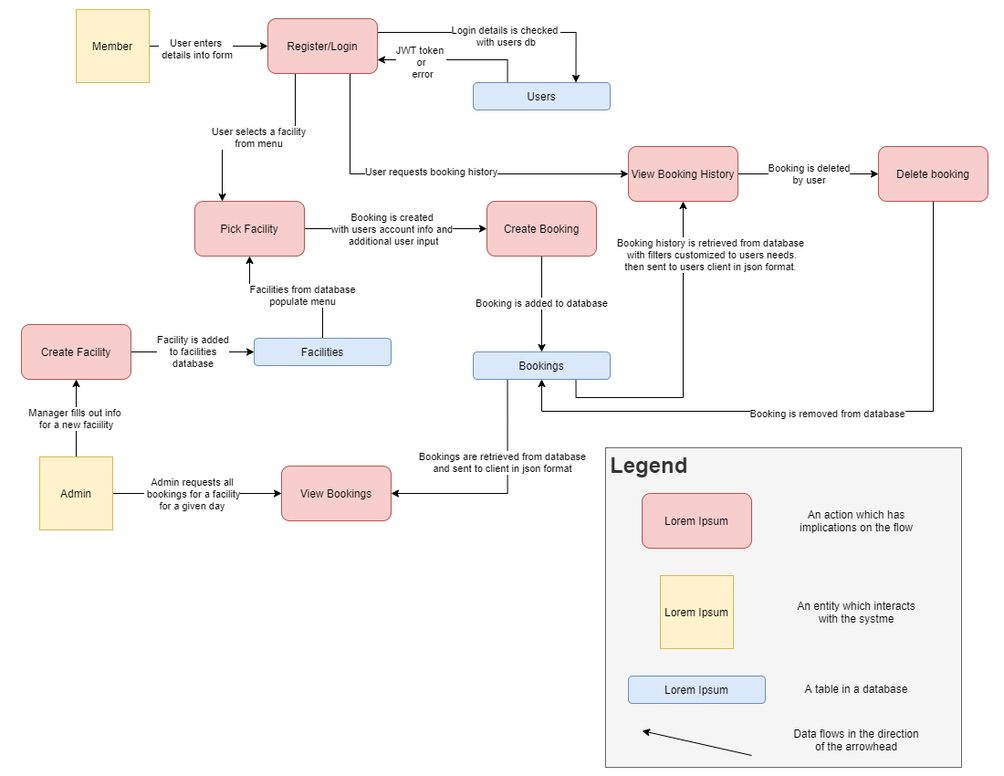
Earlier version of the draw.io export docs/dfd.png (mo-ccc/bookclub). Source tidied: cells renumbered, new cells last; positions are measured from the earlier drawing's top-left corner, leaving out a move shared by most shapes.
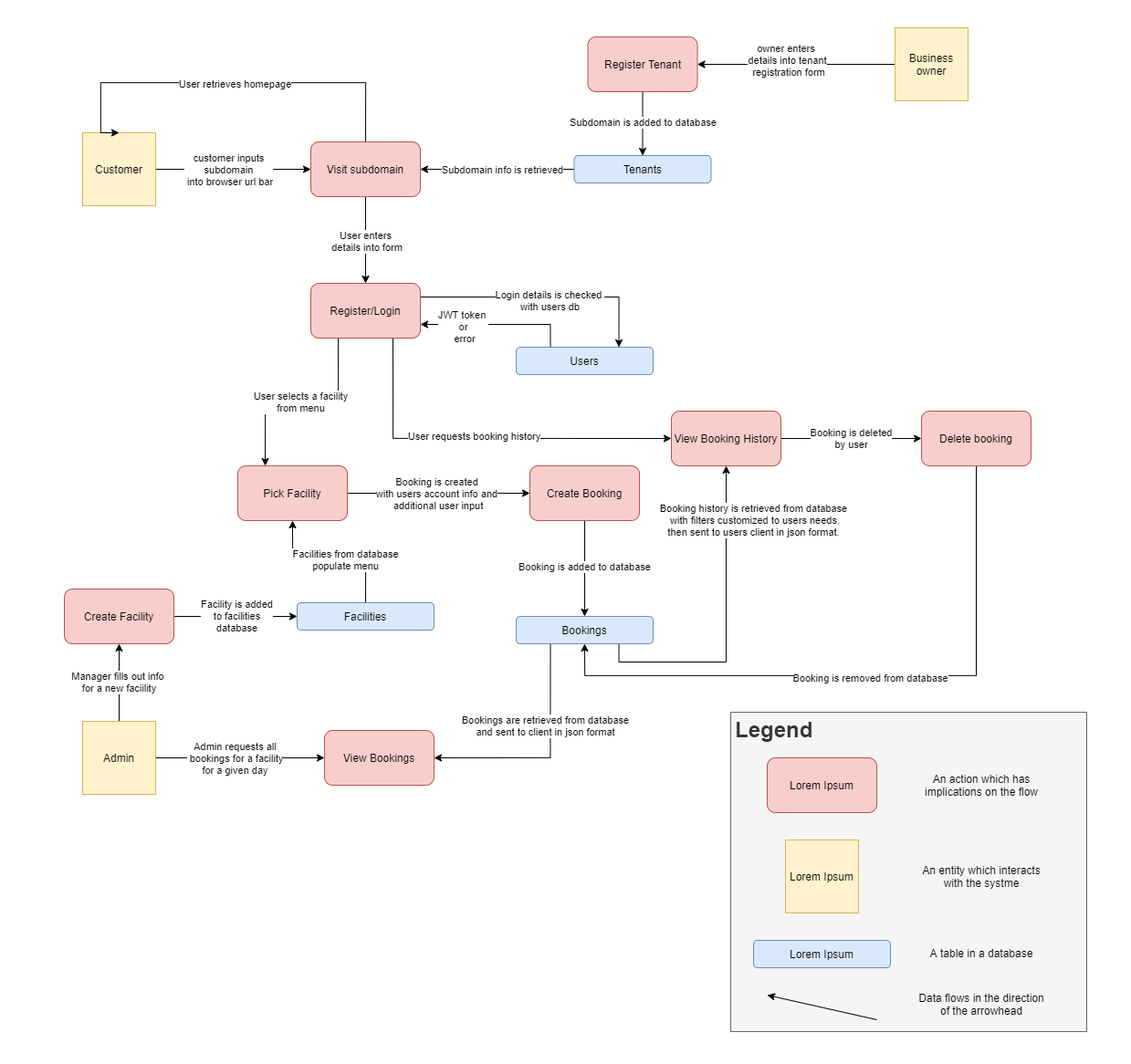
The same diagram one commit later.

Diff of the diagram source:
```diff
@@ -1,4 +1,4 @@
-<mxGraphModel>
+<mxGraphModel background="#ffffff">
   <root>
     <mxCell id="0" />
     <mxCell id="1" parent="0" />
@@ -51,14 +51,16 @@
     <mxCell id="16" value="Facilities" style="rounded=1;whiteSpace=wrap;html=1;fillColor=#dae8fc;strokeColor=#6c8ebf;" parent="1" vertex="1">
       <mxGeometry x="255" y="360" width="150" height="30" as="geometry" />
     </mxCell>
-    <mxCell id="17" style="edgeStyle=orthogonalEdgeStyle;rounded=0;jettySize=auto;html=1;exitX=1;exitY=0.5;exitDx=0;exitDy=0;entryX=0;entryY=0.5;entryDx=0;entryDy=0;" parent="1" edge="1" source="19" target="30">
-      <mxGeometry relative="1" as="geometry" />
-    </mxCell>
-    <mxCell id="18" value="User enters&lt;br&gt;&amp;nbsp;details into form" style="edgeLabel;html=1;align=center;verticalAlign=middle;" parent="17" vertex="1">
-      <mxGeometry x="-0.24" y="-2" relative="1" as="geometry" />
-    </mxCell>
+    <mxCell id="51" style="edgeStyle=orthogonalEdgeStyle;rounded=0;jettySize=auto;html=1;exitX=1;exitY=0.5;exitDx=0;exitDy=0;entryX=0;entryY=0.5;entryDx=0;entryDy=0;" parent="1" edge="1" source="19" target="63">
+      <mxGeometry relative="1" as="geometry" />
+    </mxCell>
+    <mxCell id="52" value="customer inputs&lt;br&gt;subdomain&lt;br&gt;&amp;nbsp;into browser url bar" style="edgeLabel;html=1;align=center;verticalAlign=middle;" parent="51" vertex="1">
+      <mxGeometry x="-0.24" y="-1" relative="1" as="geometry">
+        <mxPoint x="15.6" y="-1" as="offset" />
+      </mxGeometry>
+    </mxCell>
-    <mxCell id="19" value="Member" style="whiteSpace=wrap;html=1;fillColor=#fff2cc;strokeColor=#d6b656;" parent="1" vertex="1">
-      <mxGeometry x="60" width="80" height="80" as="geometry" />
+    <mxCell id="19" value="Customer" style="whiteSpace=wrap;html=1;fillColor=#fff2cc;strokeColor=#d6b656;" parent="1" vertex="1">
+      <mxGeometry x="20" y="-155" width="80" height="80" as="geometry" />
     </mxCell>
     <mxCell id="20" value="Manager fills out info &lt;br&gt;for a new faciility" style="edgeStyle=orthogonalEdgeStyle;rounded=0;jettySize=auto;html=1;exitX=0.5;exitY=0;exitDx=0;exitDy=0;entryX=0.5;entryY=1;entryDx=0;entryDy=0;" parent="1" edge="1" source="23" target="25">
       <mxGeometry relative="1" as="geometry" />
@@ -140,34 +142,81 @@
       <mxGeometry x="939" y="150" width="120" height="60" as="geometry" />
     </mxCell>
     <mxCell id="42" value="&lt;h1&gt;Legend&lt;/h1&gt;" style="text;html=1;strokeColor=#666666;fillColor=#f5f5f5;spacing=5;spacingTop=-20;whiteSpace=wrap;overflow=hidden;rounded=0;fontColor=#333333;" parent="1" vertex="1">
-      <mxGeometry x="640" y="480" width="390" height="350" as="geometry" />
+      <mxGeometry x="730" y="480" width="390" height="350" as="geometry" />
     </mxCell>
     <mxCell id="43" value="Lorem Ipsum" style="rounded=1;whiteSpace=wrap;html=1;fillColor=#f8cecc;strokeColor=#b85450;" parent="1" vertex="1">
-      <mxGeometry x="680" y="530" width="120" height="60" as="geometry" />
+      <mxGeometry x="770" y="530" width="120" height="60" as="geometry" />
     </mxCell>
     <mxCell id="44" value="An action which has implications on the flow" style="text;html=1;strokeColor=none;fillColor=none;align=center;verticalAlign=middle;whiteSpace=wrap;rounded=0;" parent="1" vertex="1">
-      <mxGeometry x="830" y="550" width="170" height="20" as="geometry" />
+      <mxGeometry x="920" y="550" width="170" height="20" as="geometry" />
     </mxCell>
     <mxCell id="45" value="Lorem Ipsum" style="whiteSpace=wrap;html=1;fillColor=#fff2cc;strokeColor=#d6b656;" parent="1" vertex="1">
-      <mxGeometry x="700" y="620" width="80" height="80" as="geometry" />
+      <mxGeometry x="790" y="620" width="80" height="80" as="geometry" />
     </mxCell>
     <mxCell id="46" value="An entity which interacts with the systme" style="text;html=1;strokeColor=none;fillColor=none;align=center;verticalAlign=middle;whiteSpace=wrap;rounded=0;" parent="1" vertex="1">
-      <mxGeometry x="845" y="650" width="140" height="20" as="geometry" />
+      <mxGeometry x="935" y="650" width="140" height="20" as="geometry" />
     </mxCell>
     <mxCell id="47" value="Lorem Ipsum" style="rounded=1;whiteSpace=wrap;html=1;fillColor=#dae8fc;strokeColor=#6c8ebf;" parent="1" vertex="1">
-      <mxGeometry x="665" y="730" width="150" height="30" as="geometry" />
+      <mxGeometry x="755" y="730" width="150" height="30" as="geometry" />
     </mxCell>
     <mxCell id="48" value="A table in a database" style="text;html=1;strokeColor=none;fillColor=none;align=center;verticalAlign=middle;whiteSpace=wrap;rounded=0;" parent="1" vertex="1">
-      <mxGeometry x="845" y="734" width="140" height="20" as="geometry" />
+      <mxGeometry x="935" y="734" width="140" height="20" as="geometry" />
     </mxCell>
     <mxCell id="49" style="endArrow=classic;html=1;" parent="1" edge="1">
       <mxGeometry relative="1" as="geometry">
-        <mxPoint x="800" y="817" as="sourcePoint" />
-        <mxPoint x="680" y="790" as="targetPoint" />
+        <mxPoint x="890" y="817" as="sourcePoint" />
+        <mxPoint x="770" y="790" as="targetPoint" />
       </mxGeometry>
     </mxCell>
     <mxCell id="50" value="Data flows in the direction of the arrowhead" style="text;html=1;strokeColor=none;fillColor=none;align=center;verticalAlign=middle;whiteSpace=wrap;rounded=0;" parent="1" vertex="1">
-      <mxGeometry x="845" y="790" width="140" height="20" as="geometry" />
+      <mxGeometry x="935" y="790" width="140" height="20" as="geometry" />
     </mxCell>
+    <mxCell id="53" style="edgeStyle=orthogonalEdgeStyle;rounded=0;jettySize=auto;html=1;exitX=0;exitY=0.5;exitDx=0;exitDy=0;entryX=1;entryY=0.5;entryDx=0;entryDy=0;" parent="1" edge="1" source="55" target="63">
+      <mxGeometry relative="1" as="geometry" />
+    </mxCell>
+    <mxCell id="54" value="Subdomain info is retrieved" style="edgeLabel;html=1;align=center;verticalAlign=middle;" parent="53" vertex="1">
+      <mxGeometry x="0.27" y="3" relative="1" as="geometry">
+        <mxPoint x="25.6" y="-3" as="offset" />
+      </mxGeometry>
+    </mxCell>
+    <mxCell id="55" value="Tenants" style="rounded=1;whiteSpace=wrap;html=1;fillColor=#dae8fc;strokeColor=#6c8ebf;" parent="1" vertex="1">
+      <mxGeometry x="558.5" y="-130" width="150" height="30" as="geometry" />
+    </mxCell>
+    <mxCell id="56" style="edgeStyle=orthogonalEdgeStyle;rounded=0;jettySize=auto;html=1;exitX=0;exitY=0.5;exitDx=0;exitDy=0;entryX=1;entryY=0.5;entryDx=0;entryDy=0;" parent="1" edge="1" source="58" target="60">
+      <mxGeometry relative="1" as="geometry" />
+    </mxCell>
+    <mxCell id="57" value="owner enters &lt;br&gt;details into tenant&lt;br&gt;&amp;nbsp;registration form" style="edgeLabel;html=1;align=center;verticalAlign=middle;" parent="56" vertex="1">
+      <mxGeometry x="0.28" y="-5" relative="1" as="geometry">
+        <mxPoint x="20.7" as="offset" />
+      </mxGeometry>
+    </mxCell>
+    <mxCell id="58" value="Business owner" style="whiteSpace=wrap;html=1;fillColor=#fff2cc;strokeColor=#d6b656;" parent="1" vertex="1">
+      <mxGeometry x="910" y="-270" width="80" height="80" as="geometry" />
+    </mxCell>
+    <mxCell id="59" value="Subdomain is added to database" style="edgeStyle=orthogonalEdgeStyle;rounded=0;jettySize=auto;html=1;exitX=0.5;exitY=1;exitDx=0;exitDy=0;entryX=0.5;entryY=0;entryDx=0;entryDy=0;" parent="1" edge="1" source="60" target="55">
+      <mxGeometry relative="1" as="geometry" />
+    </mxCell>
+    <mxCell id="60" value="Register Tenant" style="rounded=1;whiteSpace=wrap;html=1;fillColor=#f8cecc;strokeColor=#b85450;" parent="1" vertex="1">
+      <mxGeometry x="573.5" y="-260" width="120" height="60" as="geometry" />
+    </mxCell>
+    <mxCell id="61" style="edgeStyle=orthogonalEdgeStyle;rounded=0;jettySize=auto;html=1;exitX=0.5;exitY=0;exitDx=0;exitDy=0;entryX=0.5;entryY=0;entryDx=0;entryDy=0;" parent="1" edge="1" source="63" target="19">
+      <mxGeometry relative="1" as="geometry">
+        <Array as="points">
+          <mxPoint x="330" y="-210" />
+          <mxPoint x="40" y="-210" />
+        </Array>
+      </mxGeometry>
+    </mxCell>
+    <mxCell id="62" value="User retrieves homepage" style="edgeLabel;html=1;align=center;verticalAlign=middle;" parent="61" vertex="1">
+      <mxGeometry x="0.2" y="3" relative="1" as="geometry">
+        <mxPoint x="47.7" y="-3" as="offset" />
+      </mxGeometry>
+    </mxCell>
+    <mxCell id="18" value="User enters&lt;br&gt;&amp;nbsp;details into form" style="edgeStyle=orthogonalEdgeStyle;rounded=0;jettySize=auto;html=1;exitX=0.5;exitY=1;exitDx=0;exitDy=0;entryX=0.5;entryY=0;entryDx=0;entryDy=0;" parent="1" edge="1" source="63" target="30">
+      <mxGeometry relative="1" as="geometry" />
+    </mxCell>
+    <mxCell id="63" value="Visit subdomain" style="rounded=1;whiteSpace=wrap;html=1;fillColor=#f8cecc;strokeColor=#b85450;" parent="1" vertex="1">
+      <mxGeometry x="270" y="-145" width="120" height="60" as="geometry" />
+    </mxCell>
   </root>
 </mxGraphModel>
```
